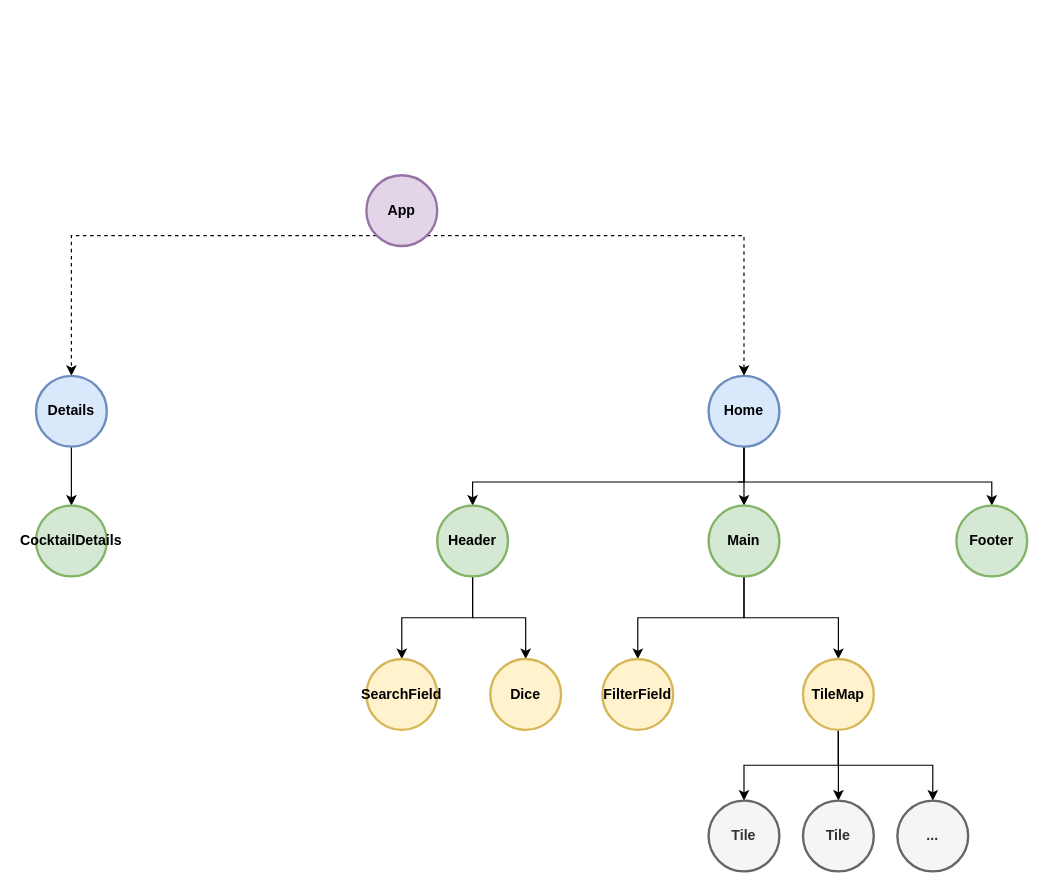
nikiwlan/webprogSS2021 keeps this draw.io diagram as StructureTree - Final.drawio. Above is the earlier version. Source tidied: cells renumbered, new cells numbered last; positions are measured from the earlier drawing's top-left corner, leaving out a move shared by most shapes. Both pictures are drawn from the tidied source at 118%, with x=0, y=0 at pixel (35, 175).
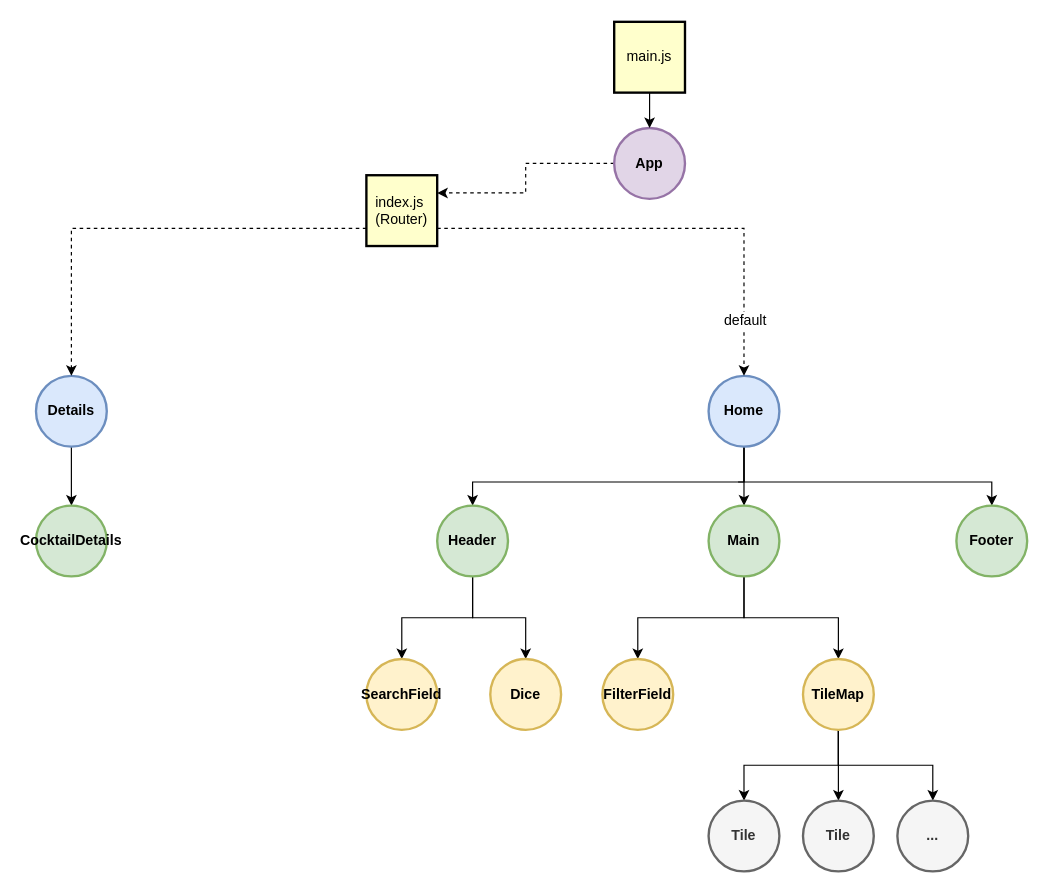
After the change.

Unchanged cells that the change refers to:
```xml
<mxCell id="5" value="Home" style="ellipse;whiteSpace=wrap;html=1;fillColor=#dae8fc;strokeColor=#6c8ebf;fontSize=12;fontStyle=1;strokeWidth=2;" parent="1" vertex="1">
  <mxGeometry x="570" y="170" width="60" height="60" as="geometry" />
</mxCell>
<mxCell id="27" value="Details" style="ellipse;whiteSpace=wrap;html=1;fillColor=#dae8fc;strokeColor=#6c8ebf;fontSize=12;fontStyle=1;strokeWidth=2;" parent="1" vertex="1">
  <mxGeometry y="170" width="60" height="60" as="geometry" />
</mxCell>
```

What changed in the source:
```diff
@@
-    <mxCell id="20" style="edgeStyle=orthogonalEdgeStyle;rounded=0;jettySize=auto;html=1;exitX=0;exitY=1;exitDx=0;exitDy=0;entryX=0.5;entryY=0;entryDx=0;entryDy=0;fontSize=12;dashed=1;" parent="1" edge="1" source="22" target="27">
-      <mxGeometry relative="1" as="geometry" />
-    </mxCell>
-    <mxCell id="21" style="edgeStyle=orthogonalEdgeStyle;rounded=0;jettySize=auto;html=1;exitX=1;exitY=1;exitDx=0;exitDy=0;entryX=0.5;entryY=0;entryDx=0;entryDy=0;fontSize=12;dashed=1;" parent="1" edge="1" source="22" target="5">
-      <mxGeometry relative="1" as="geometry" />
-    </mxCell>
+    <mxCell id="29" style="edgeStyle=orthogonalEdgeStyle;rounded=0;jettySize=auto;html=1;exitX=0;exitY=0.5;exitDx=0;exitDy=0;entryX=1;entryY=0.25;entryDx=0;entryDy=0;dashed=1;fontSize=12;" parent="1" edge="1" source="22" target="33">
+      <mxGeometry relative="1" as="geometry" />
+    </mxCell>
     <mxCell id="22" value="App" style="ellipse;whiteSpace=wrap;html=1;fillColor=#e1d5e7;strokeColor=#9673a6;fontSize=12;fontStyle=1;strokeWidth=2;" parent="1" vertex="1">
-      <mxGeometry x="280" width="60" height="60" as="geometry" />
+      <mxGeometry x="490" y="-40" width="60" height="60" as="geometry" />
     </mxCell>
@@
+    <mxCell id="30" style="edgeStyle=orthogonalEdgeStyle;rounded=0;jettySize=auto;html=1;entryX=0.5;entryY=0;entryDx=0;entryDy=0;fontSize=12;dashed=1;exitX=1;exitY=0.75;exitDx=0;exitDy=0;" parent="1" edge="1" source="33" target="5">
+      <mxGeometry relative="1" as="geometry" />
+    </mxCell>
+    <mxCell id="31" value="default" style="edgeLabel;html=1;align=center;verticalAlign=middle;fontSize=12;" parent="30" vertex="1">
+      <mxGeometry x="0.75" relative="1" as="geometry" />
+    </mxCell>
+    <mxCell id="32" style="edgeStyle=orthogonalEdgeStyle;rounded=0;jettySize=auto;html=1;exitX=0;exitY=0.75;exitDx=0;exitDy=0;entryX=0.5;entryY=0;entryDx=0;entryDy=0;fontSize=12;dashed=1;" parent="1" edge="1" source="33" target="27">
+      <mxGeometry relative="1" as="geometry" />
+    </mxCell>
+    <mxCell id="33" value="index.js&amp;nbsp;&lt;br&gt;(Router)" style="whiteSpace=wrap;html=1;fontSize=12;strokeWidth=2;fillColor=#FFFFCC;" parent="1" vertex="1">
+      <mxGeometry x="280" width="60" height="60" as="geometry" />
+    </mxCell>
+    <mxCell id="34" style="edgeStyle=orthogonalEdgeStyle;rounded=0;jettySize=auto;html=1;exitX=0.5;exitY=1;exitDx=0;exitDy=0;entryX=0.5;entryY=0;entryDx=0;entryDy=0;fontSize=12;" parent="1" edge="1" source="35" target="22">
+      <mxGeometry relative="1" as="geometry" />
+    </mxCell>
+    <mxCell id="35" value="main.js" style="whiteSpace=wrap;html=1;fontSize=12;strokeWidth=2;fillColor=#FFFFCC;" parent="1" vertex="1">
+      <mxGeometry x="490" y="-130" width="60" height="60" as="geometry" />
+    </mxCell>
```
